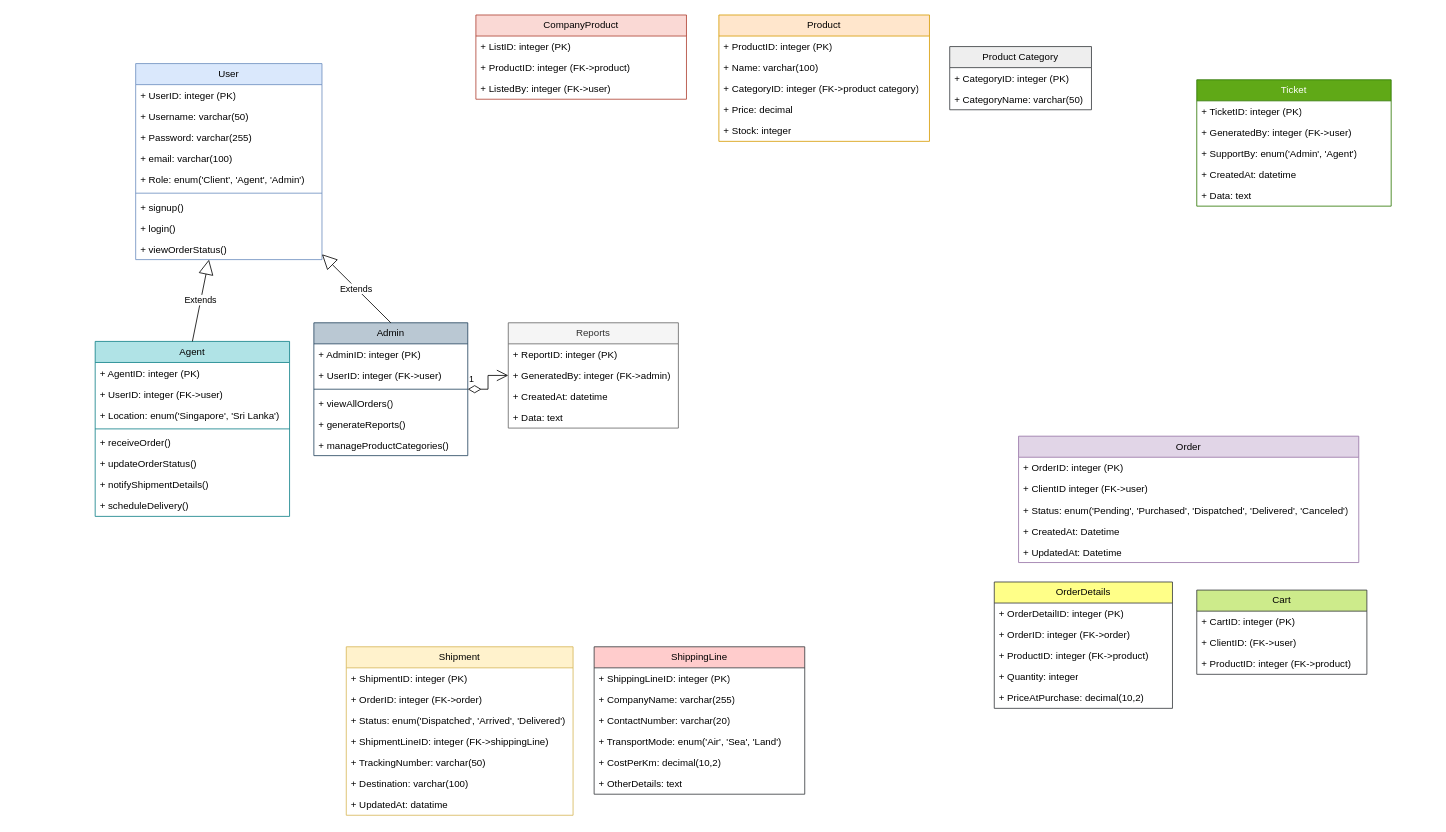
Before: diagrams/UML-class-diagram.drawio in K-M-Shehan/software-design-docs, a draw.io diagram. Source tidied: cells renumbered, new cells numbered last; positions are measured from the earlier drawing's top-left corner, leaving out a move shared by most shapes. Both pictures are drawn from the tidied source at 81%, with x=0, y=0 at pixel (95, 15).
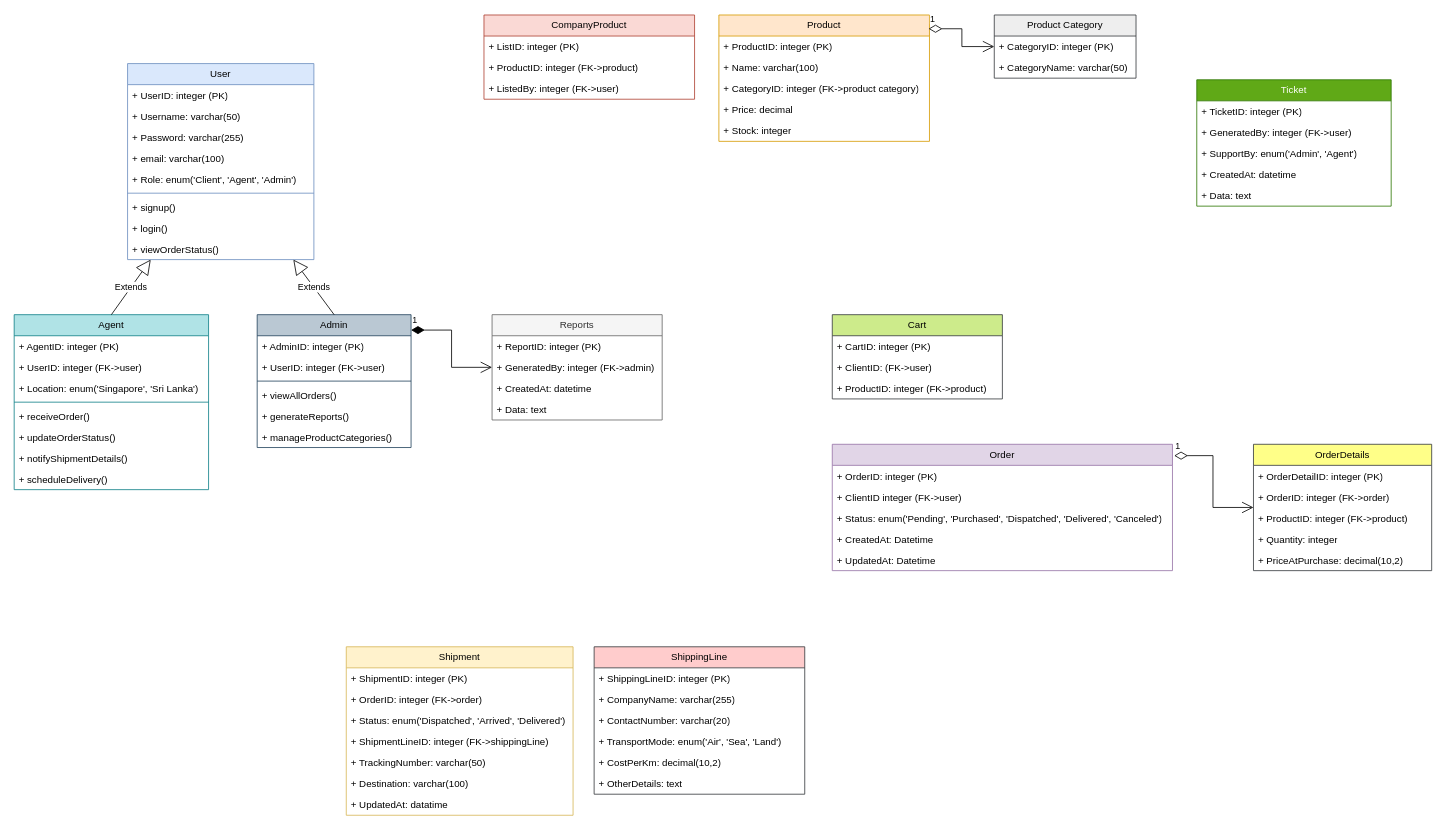
Above is the later version.

Commit message:
changed admin->report relationship, made relationship between order and order details

Unchanged cells that the change refers to:
```xml
<mxCell id="18" value="Product" style="swimlane;fontStyle=0;horizontal=1;startSize=26;fillColor=#ffe6cc;whiteSpace=wrap;html=1;strokeColor=#d79b00;" parent="1" vertex="1">
  <mxGeometry x="770" width="260" height="156" as="geometry" />
</mxCell>
```

What changed in the source:
```diff
@@
     <mxCell id="2" value="User" style="swimlane;fontStyle=0;horizontal=1;startSize=26;fillColor=#dae8fc;whiteSpace=wrap;html=1;strokeColor=#6c8ebf;" parent="1" vertex="1">
-      <mxGeometry x="50" y="60" width="230" height="242" as="geometry" />
+      <mxGeometry x="40" y="60" width="230" height="242" as="geometry" />
     </mxCell>
@@
     <mxCell id="12" value="Order" style="swimlane;fontStyle=0;horizontal=1;startSize=26;fillColor=#e1d5e7;whiteSpace=wrap;html=1;strokeColor=#9673a6;" parent="1" vertex="1">
-      <mxGeometry x="1140" y="520" width="420" height="156" as="geometry" />
+      <mxGeometry x="910" y="530" width="420" height="156" as="geometry" />
     </mxCell>
@@
     <mxCell id="24" value="Product Category" style="swimlane;fontStyle=0;horizontal=1;startSize=26;fillColor=#eeeeee;whiteSpace=wrap;html=1;strokeColor=#36393d;" parent="1" vertex="1">
-      <mxGeometry x="1055" y="39" width="175" height="78" as="geometry" />
+      <mxGeometry x="1110" width="175" height="78" as="geometry" />
     </mxCell>
@@
     <mxCell id="35" value="Agent" style="swimlane;fontStyle=0;horizontal=1;startSize=26;fillColor=#b0e3e6;whiteSpace=wrap;html=1;strokeColor=#0e8088;" parent="1" vertex="1">
-      <mxGeometry y="403" width="240" height="216" as="geometry" />
+      <mxGeometry x="-100" y="370" width="240" height="216" as="geometry" />
     </mxCell>
@@
     <mxCell id="44" value="Admin" style="swimlane;fontStyle=0;horizontal=1;startSize=26;fillColor=#bac8d3;whiteSpace=wrap;html=1;strokeColor=#23445d;" parent="1" vertex="1">
-      <mxGeometry x="270" y="380" width="190" height="164" as="geometry" />
+      <mxGeometry x="200" y="370" width="190" height="164" as="geometry" />
     </mxCell>
@@
     <mxCell id="51" value="Reports" style="swimlane;fontStyle=0;horizontal=1;startSize=26;fillColor=#f5f5f5;whiteSpace=wrap;html=1;fontColor=#333333;strokeColor=#666666;" parent="1" vertex="1">
-      <mxGeometry x="510" y="380" width="210" height="130" as="geometry" />
+      <mxGeometry x="490" y="370" width="210" height="130" as="geometry" />
     </mxCell>
@@
     <mxCell id="56" value="CompanyProduct" style="swimlane;fontStyle=0;horizontal=1;startSize=26;fillColor=#fad9d5;whiteSpace=wrap;html=1;strokeColor=#ae4132;" parent="1" vertex="1">
-      <mxGeometry x="470" width="260" height="104" as="geometry" />
+      <mxGeometry x="480" width="260" height="104" as="geometry" />
     </mxCell>
@@
     <mxCell id="60" value="Cart" style="swimlane;fontStyle=0;horizontal=1;startSize=26;fillColor=#cdeb8b;whiteSpace=wrap;html=1;strokeColor=#36393d;" parent="1" vertex="1">
-      <mxGeometry x="1360" y="710" width="210" height="104" as="geometry" />
+      <mxGeometry x="910" y="370" width="210" height="104" as="geometry" />
     </mxCell>
@@
     <mxCell id="64" value="OrderDetails" style="swimlane;fontStyle=0;horizontal=1;startSize=26;fillColor=#ffff88;whiteSpace=wrap;html=1;strokeColor=#36393d;" parent="1" vertex="1">
-      <mxGeometry x="1110" y="700" width="220" height="156" as="geometry" />
+      <mxGeometry x="1430" y="530" width="220" height="156" as="geometry" />
     </mxCell>
@@
+    <mxCell id="86" value="1" style="endArrow=open;html=1;endSize=12;startArrow=diamondThin;startSize=14;startFill=0;edgeStyle=orthogonalEdgeStyle;align=left;verticalAlign=bottom;rounded=0;exitX=0.996;exitY=0.109;exitDx=0;exitDy=0;exitPerimeter=0;" parent="1" edge="1" source="18" target="24">
+      <mxGeometry x="-1" y="3" relative="1" as="geometry" />
+    </mxCell>
-    <mxCell id="85" value="1" style="endArrow=open;html=1;endSize=12;startArrow=diamondThin;startSize=14;startFill=0;edgeStyle=orthogonalEdgeStyle;align=left;verticalAlign=bottom;rounded=0;" parent="1" edge="1" source="44" target="51">
+    <mxCell id="85" value="1" style="endArrow=open;html=1;endSize=12;startArrow=diamondThin;startSize=14;startFill=1;edgeStyle=orthogonalEdgeStyle;align=left;verticalAlign=bottom;rounded=0;exitX=1;exitY=0.116;exitDx=0;exitDy=0;exitPerimeter=0;" parent="1" edge="1" source="44" target="51">
       <mxGeometry x="-1" y="3" relative="1" as="geometry" />
     </mxCell>
+    <mxCell id="87" value="1" style="endArrow=open;html=1;endSize=12;startArrow=diamondThin;startSize=14;startFill=0;edgeStyle=orthogonalEdgeStyle;align=left;verticalAlign=bottom;rounded=0;exitX=1.005;exitY=0.09;exitDx=0;exitDy=0;exitPerimeter=0;" parent="1" edge="1" source="12" target="64">
+      <mxGeometry x="-1" y="3" relative="1" as="geometry" />
+    </mxCell>
```
